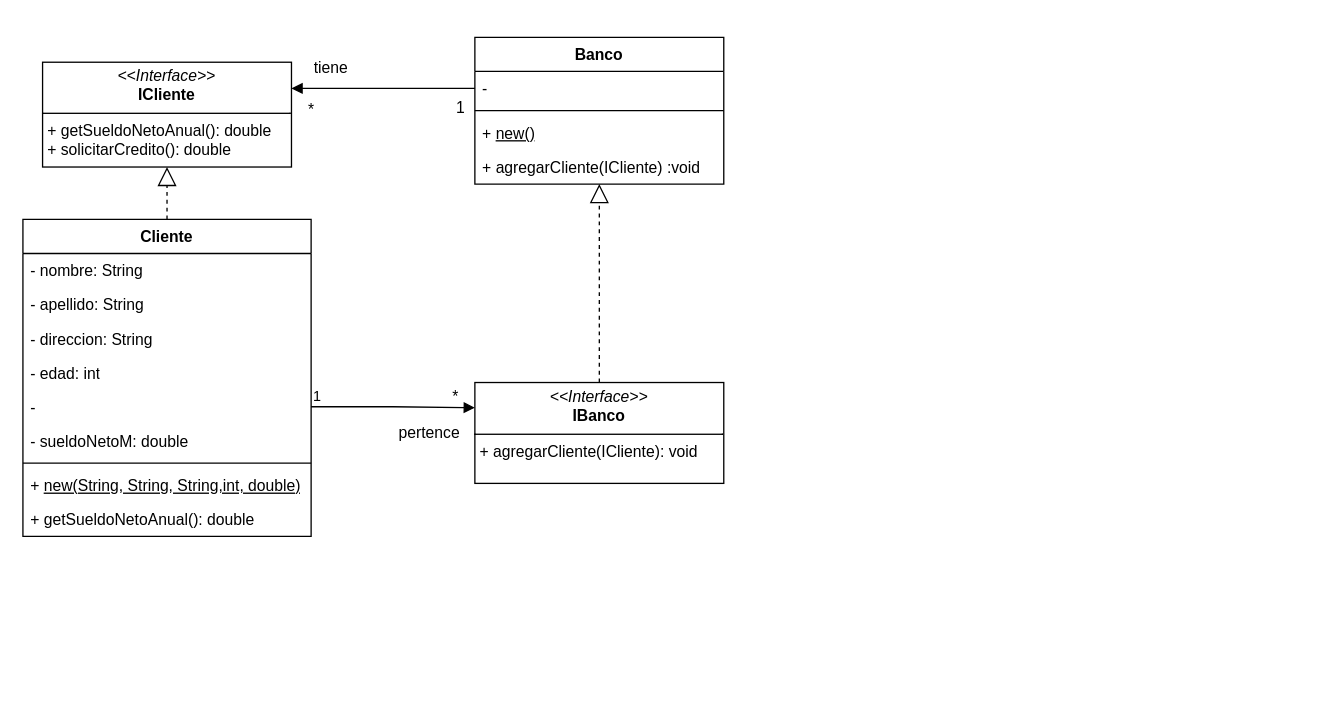
The draw.io diagram TP-SOLID/banco-prestamos.drawio in tomasmendoza-unq/objetos2, before the edit. Source tidied: cells renumbered, new cells numbered last; positions are measured from the earlier drawing's top-left corner, leaving out a move shared by most shapes. Both pictures are drawn from the tidied source at 131%, with x=0, y=0 at pixel (22, 37).
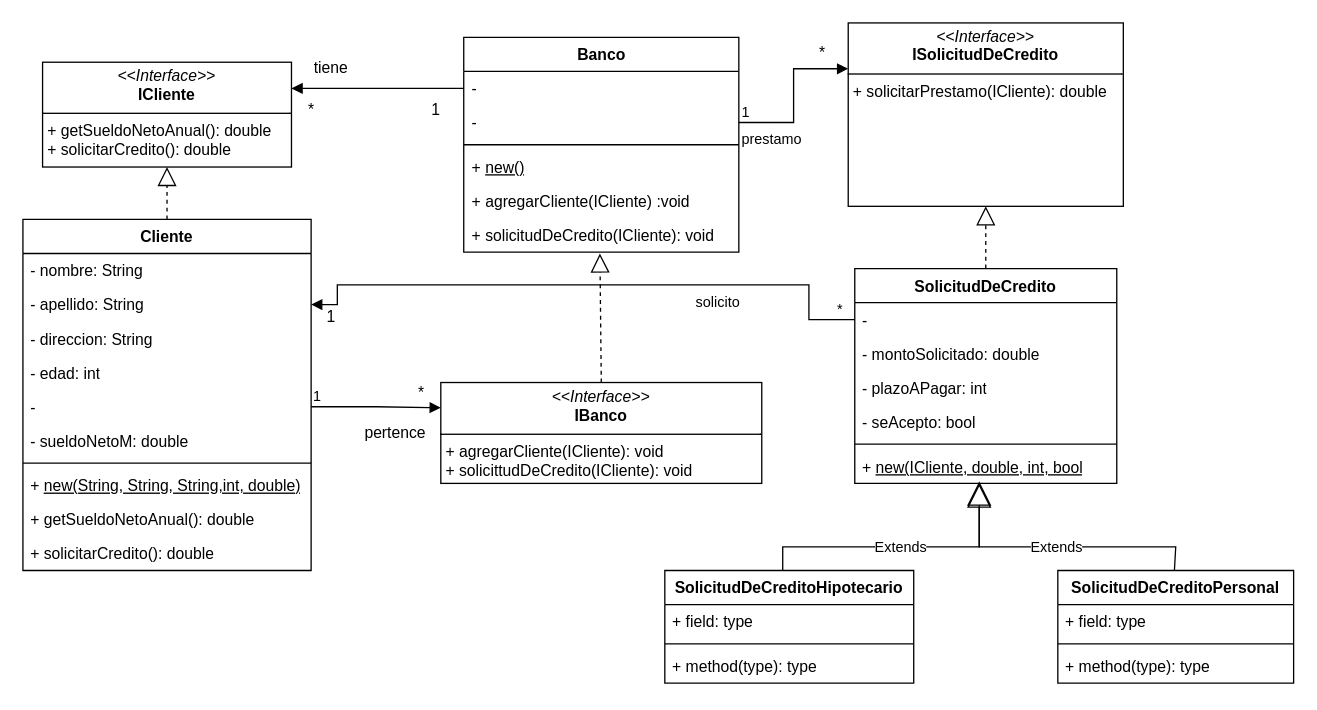
Above is the later version.

The change refers to these unchanged cells:
```xml
<mxCell id="4" value="- apellido: String" style="text;strokeColor=none;fillColor=none;align=left;verticalAlign=top;spacingLeft=4;spacingRight=4;overflow=hidden;points=[[0,0.5],[1,0.5]];portConstraint=eastwest;whiteSpace=wrap;html=1;" parent="2" vertex="1">
  <mxGeometry y="52" width="220" height="26" as="geometry" />
</mxCell>
```

Change to the diagram source:
```diff
@@
     <mxCell id="2" value="Cliente" style="swimlane;fontStyle=1;align=center;verticalAlign=top;horizontal=1;startSize=26;whiteSpace=wrap;html=1;" parent="1" vertex="1">
-      <mxGeometry y="139" width="220" height="242" as="geometry" />
+      <mxGeometry y="139" width="220" height="268" as="geometry" />
     </mxCell>
@@
+    <mxCell id="29" value="+ solicitarCredito(): double" style="text;strokeColor=none;fillColor=none;align=left;verticalAlign=top;spacingLeft=4;spacingRight=4;overflow=hidden;whiteSpace=wrap;html=1;" parent="2" vertex="1">
+      <mxGeometry y="242" width="220" height="26" as="geometry" />
+    </mxCell>
@@
     <mxCell id="14" value="Banco" style="swimlane;fontStyle=1;align=center;verticalAlign=top;horizontal=1;startSize=26;whiteSpace=wrap;html=1;" parent="1" vertex="1">
-      <mxGeometry x="345" width="190" height="112" as="geometry" />
+      <mxGeometry x="336.5" width="210" height="164" as="geometry" />
     </mxCell>
     <mxCell id="15" value="-&amp;nbsp;" style="text;strokeColor=none;fillColor=none;align=left;verticalAlign=top;spacingLeft=4;spacingRight=4;overflow=hidden;points=[[0,0.5],[1,0.5]];portConstraint=eastwest;whiteSpace=wrap;html=1;" parent="14" vertex="1">
-      <mxGeometry y="26" width="190" height="26" as="geometry" />
+      <mxGeometry y="26" width="210" height="26" as="geometry" />
     </mxCell>
+    <mxCell id="30" value="-" style="text;strokeColor=none;fillColor=none;align=left;verticalAlign=top;spacingLeft=4;spacingRight=4;overflow=hidden;points=[[0,0.5],[1,0.5]];portConstraint=eastwest;whiteSpace=wrap;html=1;" parent="14" vertex="1">
+      <mxGeometry y="52" width="210" height="26" as="geometry" />
+    </mxCell>
     <mxCell id="16" style="line;strokeWidth=1;fillColor=none;align=left;verticalAlign=middle;spacingTop=-1;spacingLeft=3;spacingRight=3;labelPosition=right;strokeColor=inherit;" parent="14" vertex="1">
-      <mxGeometry y="52" width="190" height="8" as="geometry" />
+      <mxGeometry y="78" width="210" height="8" as="geometry" />
     </mxCell>
     <mxCell id="17" value="+ &lt;u&gt;new()&lt;/u&gt;" style="text;strokeColor=none;fillColor=none;align=left;verticalAlign=top;spacingLeft=4;spacingRight=4;overflow=hidden;whiteSpace=wrap;html=1;" parent="14" vertex="1">
-      <mxGeometry y="60" width="190" height="26" as="geometry" />
+      <mxGeometry y="86" width="210" height="26" as="geometry" />
     </mxCell>
     <mxCell id="18" value="+ agregarCliente(ICliente) :void" style="text;strokeColor=none;fillColor=none;align=left;verticalAlign=top;spacingLeft=4;spacingRight=4;overflow=hidden;points=[[0,0.5],[1,0.5]];portConstraint=eastwest;whiteSpace=wrap;html=1;" parent="14" vertex="1">
-      <mxGeometry y="86" width="190" height="26" as="geometry" />
+      <mxGeometry y="112" width="210" height="26" as="geometry" />
     </mxCell>
+    <mxCell id="31" value="+ solicitudDeCredito(ICliente): void" style="text;strokeColor=none;fillColor=none;align=left;verticalAlign=top;spacingLeft=4;spacingRight=4;overflow=hidden;points=[[0,0.5],[1,0.5]];portConstraint=eastwest;whiteSpace=wrap;html=1;" parent="14" vertex="1">
+      <mxGeometry y="138" width="210" height="26" as="geometry" />
+    </mxCell>
@@
-    <mxCell id="20" value="&lt;p style=&quot;margin:0px;margin-top:4px;text-align:center;&quot;&gt;&lt;i&gt;&amp;lt;&amp;lt;Interface&amp;gt;&amp;gt;&lt;/i&gt;&lt;br&gt;&lt;b&gt;IBanco&lt;/b&gt;&lt;/p&gt;&lt;hr size=&quot;1&quot; style=&quot;border-style:solid;&quot;&gt;&lt;p style=&quot;margin:0px;margin-left:4px;&quot;&gt;+ agregarCliente(ICliente): void&lt;/p&gt;" style="verticalAlign=top;align=left;overflow=fill;html=1;whiteSpace=wrap;" parent="1" vertex="1">
-      <mxGeometry x="345" y="263.5" width="190" height="77" as="geometry" />
+    <mxCell id="20" value="&lt;p style=&quot;margin:0px;margin-top:4px;text-align:center;&quot;&gt;&lt;i&gt;&amp;lt;&amp;lt;Interface&amp;gt;&amp;gt;&lt;/i&gt;&lt;br&gt;&lt;b&gt;IBanco&lt;/b&gt;&lt;/p&gt;&lt;hr size=&quot;1&quot; style=&quot;border-style:solid;&quot;&gt;&lt;p style=&quot;margin:0px;margin-left:4px;&quot;&gt;+ agregarCliente(ICliente): void&lt;/p&gt;&lt;p style=&quot;margin:0px;margin-left:4px;&quot;&gt;+ solicittudDeCredito(ICliente): void&lt;/p&gt;" style="verticalAlign=top;align=left;overflow=fill;html=1;whiteSpace=wrap;" parent="1" vertex="1">
+      <mxGeometry x="319" y="263.5" width="245" height="77" as="geometry" />
     </mxCell>
     <mxCell id="21" value="pertence" style="text;html=1;align=center;verticalAlign=middle;strokeColor=none;fillColor=none;" parent="1" vertex="1">
-      <mxGeometry x="275" y="287" width="70" height="30" as="geometry" />
+      <mxGeometry x="249" y="287" width="70" height="30" as="geometry" />
     </mxCell>
@@
     <mxCell id="23" value="1" style="text;html=1;align=center;verticalAlign=middle;strokeColor=none;fillColor=none;" parent="1" vertex="1">
-      <mxGeometry x="319" y="39" width="30" height="30" as="geometry" />
+      <mxGeometry x="300" y="41" width="30" height="30" as="geometry" />
     </mxCell>
@@
     <mxCell id="27" value="*" style="text;html=1;align=center;verticalAlign=middle;strokeColor=none;fillColor=none;" parent="1" vertex="1">
-      <mxGeometry x="315" y="259.5" width="30" height="30" as="geometry" />
+      <mxGeometry x="289" y="257" width="30" height="30" as="geometry" />
     </mxCell>
-    <mxCell id="28" style="endArrow=block;dashed=1;endFill=0;endSize=12;html=1;rounded=0;exitX=0.5;exitY=0;exitDx=0;exitDy=0;" parent="1" edge="1" source="20" target="18">
+    <mxCell id="28" style="endArrow=block;dashed=1;endFill=0;endSize=12;html=1;rounded=0;exitX=0.5;exitY=0;exitDx=0;exitDy=0;entryX=0.495;entryY=1.038;entryDx=0;entryDy=0;entryPerimeter=0;" parent="1" edge="1" source="20" target="31">
       <mxGeometry relative="1" as="geometry" />
     </mxCell>
+    <mxCell id="32" value="&lt;p style=&quot;margin:0px;margin-top:4px;text-align:center;&quot;&gt;&lt;i&gt;&amp;lt;&amp;lt;Interface&amp;gt;&amp;gt;&lt;/i&gt;&lt;br&gt;&lt;b&gt;ISolicitudDeCredito&lt;/b&gt;&lt;/p&gt;&lt;hr size=&quot;1&quot; style=&quot;border-style:solid;&quot;&gt;&lt;p style=&quot;margin:0px;margin-left:4px;&quot;&gt;+ solicitarPrestamo(ICliente): double&lt;br&gt;&lt;/p&gt;" style="verticalAlign=top;align=left;overflow=fill;html=1;whiteSpace=wrap;" parent="1" vertex="1">
+      <mxGeometry x="630" y="-11" width="210" height="140" as="geometry" />
+    </mxCell>
+    <mxCell id="33" value="prestamo" style="endArrow=block;endFill=1;html=1;edgeStyle=orthogonalEdgeStyle;align=left;verticalAlign=top;rounded=0;exitX=1;exitY=0.5;exitDx=0;exitDy=0;entryX=0;entryY=0.25;entryDx=0;entryDy=0;" parent="1" edge="1" source="30" target="32">
+      <mxGeometry x="-1" relative="1" as="geometry" />
+    </mxCell>
+    <mxCell id="34" value="1" style="edgeLabel;html=1;align=left;verticalAlign=bottom;" parent="33" vertex="1">
+      <mxGeometry x="-1" relative="1" as="geometry" />
+    </mxCell>
+    <mxCell id="35" value="*" style="text;html=1;align=center;verticalAlign=middle;strokeColor=none;fillColor=none;" parent="1" vertex="1">
+      <mxGeometry x="595" y="-3" width="30" height="30" as="geometry" />
+    </mxCell>
+    <mxCell id="36" value="SolicitudDeCredito" style="swimlane;fontStyle=1;align=center;verticalAlign=top;horizontal=1;startSize=26;whiteSpace=wrap;html=1;" parent="1" vertex="1">
+      <mxGeometry x="635" y="176.5" width="200" height="164" as="geometry" />
+    </mxCell>
+    <mxCell id="37" value="-" style="text;strokeColor=none;fillColor=none;align=left;verticalAlign=top;spacingLeft=4;spacingRight=4;overflow=hidden;points=[[0,0.5],[1,0.5]];portConstraint=eastwest;whiteSpace=wrap;html=1;" parent="36" vertex="1">
+      <mxGeometry y="26" width="200" height="26" as="geometry" />
+    </mxCell>
+    <mxCell id="38" value="- montoSolicitado: double" style="text;strokeColor=none;fillColor=none;align=left;verticalAlign=top;spacingLeft=4;spacingRight=4;overflow=hidden;whiteSpace=wrap;html=1;" parent="36" vertex="1">
+      <mxGeometry y="52" width="200" height="26" as="geometry" />
+    </mxCell>
+    <mxCell id="39" value="- plazoAPagar: int" style="text;strokeColor=none;fillColor=none;align=left;verticalAlign=top;spacingLeft=4;spacingRight=4;overflow=hidden;whiteSpace=wrap;html=1;" parent="36" vertex="1">
+      <mxGeometry y="78" width="200" height="26" as="geometry" />
+    </mxCell>
+    <mxCell id="40" value="- seAcepto: bool" style="text;strokeColor=none;fillColor=none;align=left;verticalAlign=top;spacingLeft=4;spacingRight=4;overflow=hidden;whiteSpace=wrap;html=1;" parent="36" vertex="1">
+      <mxGeometry y="104" width="200" height="26" as="geometry" />
+    </mxCell>
+    <mxCell id="41" style="line;strokeWidth=1;fillColor=none;align=left;verticalAlign=middle;spacingTop=-1;spacingLeft=3;spacingRight=3;labelPosition=right;strokeColor=inherit;" parent="36" vertex="1">
+      <mxGeometry y="130" width="200" height="8" as="geometry" />
+    </mxCell>
+    <mxCell id="42" value="+ &lt;u&gt;new(ICliente, double, int, bool&lt;/u&gt;" style="text;strokeColor=none;fillColor=none;align=left;verticalAlign=top;spacingLeft=4;spacingRight=4;overflow=hidden;points=[[0,0.5],[1,0.5]];portConstraint=eastwest;whiteSpace=wrap;html=1;" parent="36" vertex="1">
+      <mxGeometry y="138" width="200" height="26" as="geometry" />
+    </mxCell>
+    <mxCell id="43" style="endArrow=block;dashed=1;endFill=0;endSize=12;html=1;rounded=0;exitX=0.5;exitY=0;exitDx=0;exitDy=0;entryX=0.5;entryY=1;entryDx=0;entryDy=0;" parent="1" edge="1" source="36" target="32">
+      <mxGeometry relative="1" as="geometry" />
+    </mxCell>
+    <mxCell id="44" value="solicito" style="endArrow=block;endFill=1;html=1;edgeStyle=orthogonalEdgeStyle;align=left;verticalAlign=top;rounded=0;exitX=0;exitY=0.5;exitDx=0;exitDy=0;entryX=1;entryY=0.5;entryDx=0;entryDy=0;" parent="1" edge="1" source="37" target="4">
+      <mxGeometry x="-0.34" relative="1" as="geometry">
+        <Array as="points">
+          <mxPoint x="600" y="216" />
+          <mxPoint x="600" y="189" />
+          <mxPoint x="240" y="189" />
+          <mxPoint x="240" y="204" />
+        </Array>
+        <mxPoint x="1" as="offset" />
+      </mxGeometry>
+    </mxCell>
+    <mxCell id="45" value="*" style="edgeLabel;html=1;align=left;verticalAlign=bottom;" parent="44" vertex="1">
+      <mxGeometry x="-1" relative="1" as="geometry">
+        <mxPoint x="-15" as="offset" />
+      </mxGeometry>
+    </mxCell>
+    <mxCell id="46" value="1" style="text;html=1;align=center;verticalAlign=middle;strokeColor=none;fillColor=none;" parent="1" vertex="1">
+      <mxGeometry x="220" y="199" width="30" height="30" as="geometry" />
+    </mxCell>
+    <mxCell id="47" value="SolicitudDeCreditoHipotecario" style="swimlane;fontStyle=1;align=center;verticalAlign=top;horizontal=1;startSize=26;whiteSpace=wrap;html=1;" parent="1" vertex="1">
+      <mxGeometry x="490" y="407" width="190" height="86" as="geometry" />
+    </mxCell>
+    <mxCell id="48" value="+ field: type" style="text;strokeColor=none;fillColor=none;align=left;verticalAlign=top;spacingLeft=4;spacingRight=4;overflow=hidden;whiteSpace=wrap;html=1;" parent="47" vertex="1">
+      <mxGeometry y="26" width="190" height="26" as="geometry" />
+    </mxCell>
+    <mxCell id="49" style="line;strokeWidth=1;fillColor=none;align=left;verticalAlign=middle;spacingTop=-1;spacingLeft=3;spacingRight=3;labelPosition=right;strokeColor=inherit;" parent="47" vertex="1">
+      <mxGeometry y="52" width="190" height="8" as="geometry" />
+    </mxCell>
+    <mxCell id="50" value="+ method(type): type" style="text;strokeColor=none;fillColor=none;align=left;verticalAlign=top;spacingLeft=4;spacingRight=4;overflow=hidden;whiteSpace=wrap;html=1;" parent="47" vertex="1">
+      <mxGeometry y="60" width="190" height="26" as="geometry" />
+    </mxCell>
+    <mxCell id="51" value="SolicitudDeCreditoPersonal" style="swimlane;fontStyle=1;align=center;verticalAlign=top;horizontal=1;startSize=26;whiteSpace=wrap;html=1;" parent="1" vertex="1">
+      <mxGeometry x="790" y="407" width="180" height="86" as="geometry" />
+    </mxCell>
+    <mxCell id="52" value="+ field: type" style="text;strokeColor=none;fillColor=none;align=left;verticalAlign=top;spacingLeft=4;spacingRight=4;overflow=hidden;whiteSpace=wrap;html=1;" parent="51" vertex="1">
+      <mxGeometry y="26" width="180" height="26" as="geometry" />
+    </mxCell>
+    <mxCell id="53" style="line;strokeWidth=1;fillColor=none;align=left;verticalAlign=middle;spacingTop=-1;spacingLeft=3;spacingRight=3;labelPosition=right;strokeColor=inherit;" parent="51" vertex="1">
+      <mxGeometry y="52" width="180" height="8" as="geometry" />
+    </mxCell>
+    <mxCell id="54" value="+ method(type): type" style="text;strokeColor=none;fillColor=none;align=left;verticalAlign=top;spacingLeft=4;spacingRight=4;overflow=hidden;whiteSpace=wrap;html=1;" parent="51" vertex="1">
+      <mxGeometry y="60" width="180" height="26" as="geometry" />
+    </mxCell>
+    <mxCell id="55" value="Extends" style="endArrow=block;endSize=16;endFill=0;html=1;rounded=0;exitX=0.5;exitY=0;exitDx=0;exitDy=0;" parent="1" edge="1">
+      <mxGeometry relative="1" as="geometry">
+        <mxPoint x="580" y="407" as="sourcePoint" />
+        <mxPoint x="730" y="340.5" as="targetPoint" />
+        <Array as="points">
+          <mxPoint x="580" y="389" />
+          <mxPoint x="730" y="389" />
+        </Array>
+      </mxGeometry>
+    </mxCell>
+    <mxCell id="56" value="Extends" style="endArrow=block;endSize=16;endFill=0;html=1;rounded=0;exitX=0.5;exitY=0;exitDx=0;exitDy=0;entryX=0.475;entryY=0.942;entryDx=0;entryDy=0;entryPerimeter=0;" parent="1" edge="1" target="42">
+      <mxGeometry relative="1" as="geometry">
+        <mxPoint x="879" y="407" as="sourcePoint" />
+        <Array as="points">
+          <mxPoint x="880" y="389" />
+          <mxPoint x="730" y="389" />
+        </Array>
+      </mxGeometry>
+    </mxCell>
```
